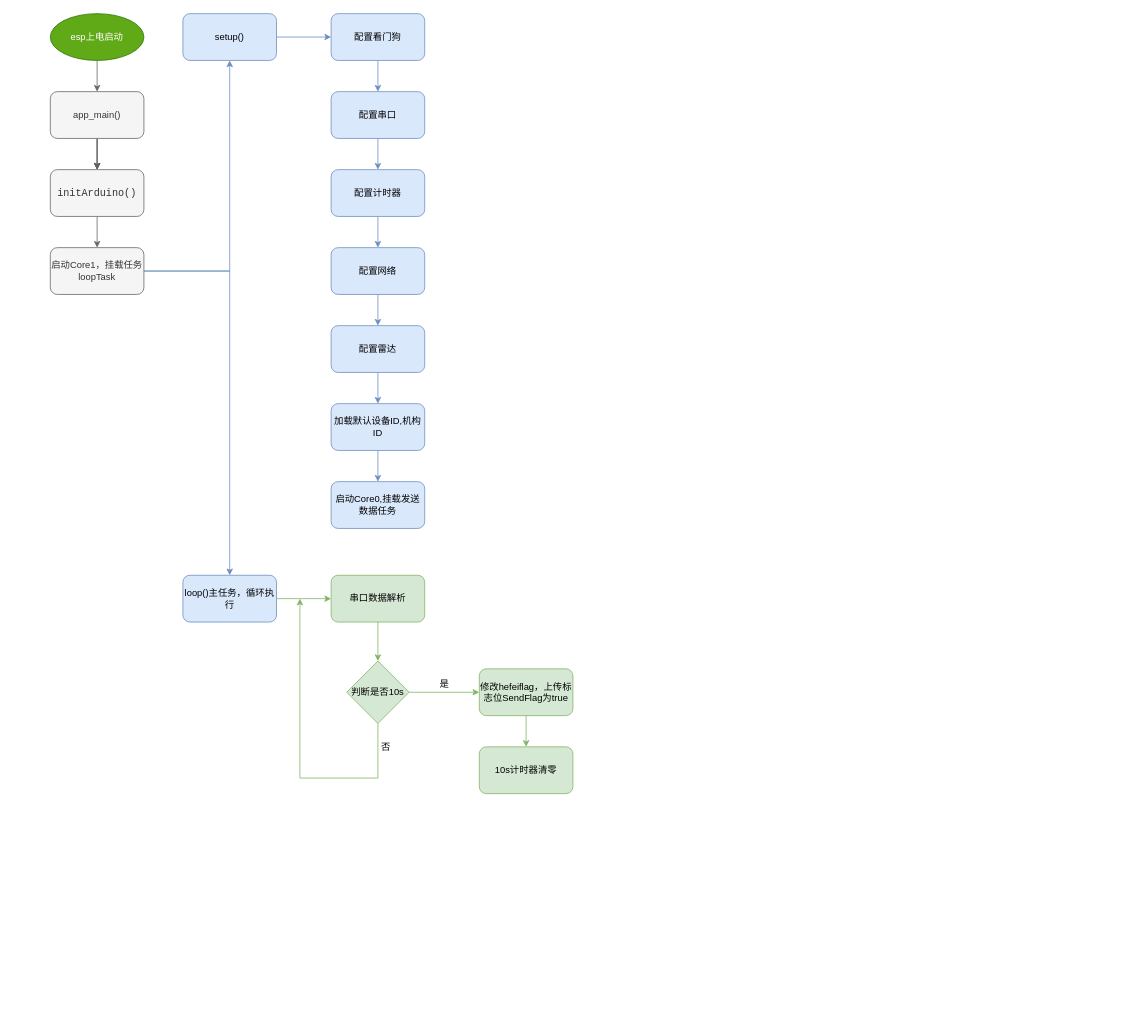
houyawei-NO1/houyawei-NO1 keeps this draw.io diagram as Untitled Diagram.drawio. Above is the earlier version. Source tidied: cells renumbered, new cells numbered last; positions are measured from the earlier drawing's top-left corner, leaving out a move shared by most shapes. Both pictures are drawn from the tidied source at 78%, with x=0, y=0 at pixel (50, 13).
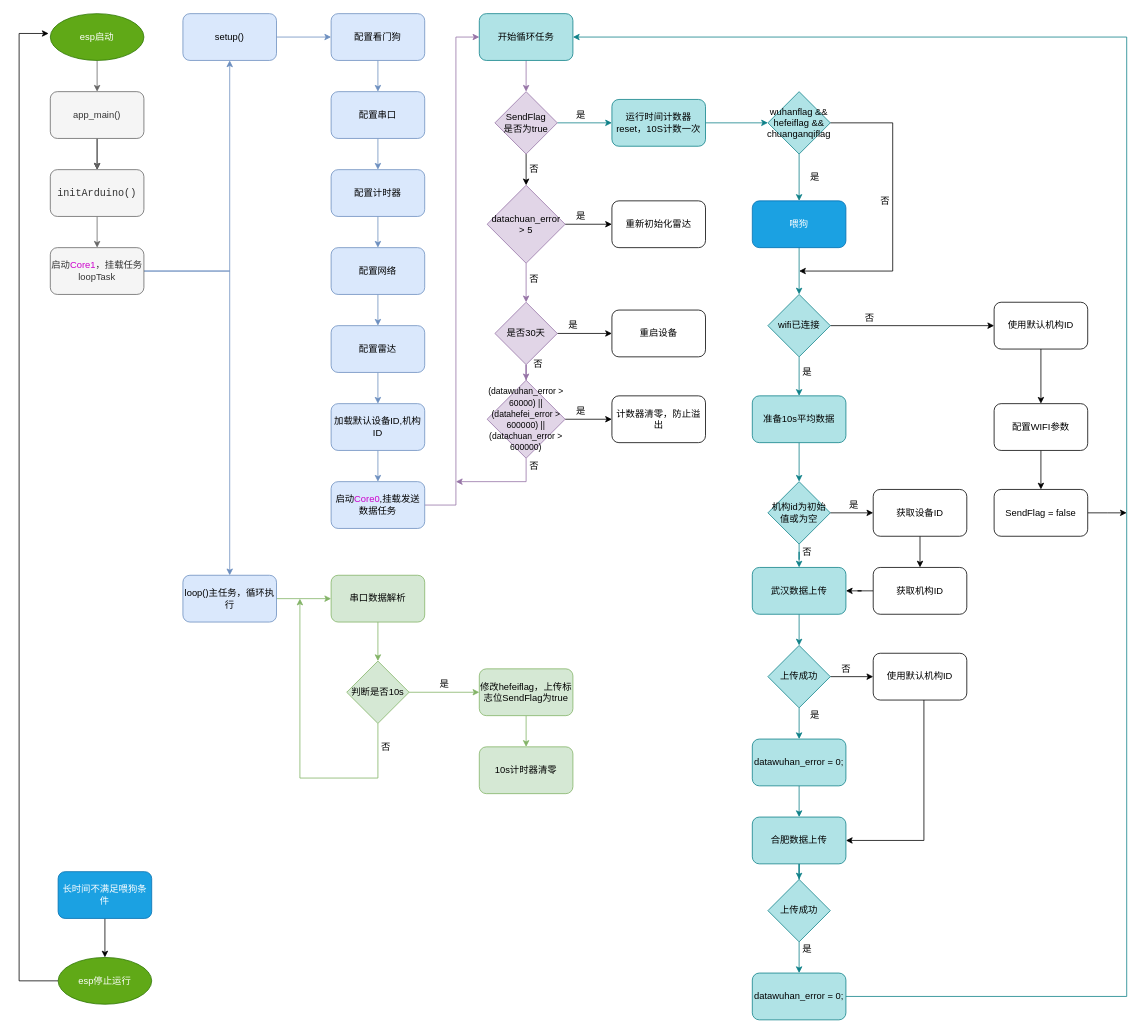
Above is the later version.

Change to the diagram source:
```diff
@@
-    <mxCell id="3" value="esp上电启动" style="ellipse;whiteSpace=wrap;html=1;fillColor=#60a917;strokeColor=#2D7600;fontColor=#ffffff;" parent="1" vertex="1">
+    <mxCell id="3" value="esp启动" style="ellipse;whiteSpace=wrap;html=1;fillColor=#60a917;strokeColor=#2D7600;fontColor=#ffffff;" parent="1" vertex="1">
       <mxGeometry width="120" height="60" as="geometry" />
     </mxCell>
@@
-    <mxCell id="11" value="启动Core1，挂载任务loopTask" style="rounded=1;whiteSpace=wrap;html=1;fillColor=#f5f5f5;strokeColor=#666666;fontColor=#333333;" parent="1" vertex="1">
+    <mxCell id="11" value="启动&lt;font color=&quot;#cc00cc&quot;&gt;Core1&lt;/font&gt;，挂载任务loopTask" style="rounded=1;whiteSpace=wrap;html=1;fillColor=#f5f5f5;strokeColor=#666666;fontColor=#333333;" parent="1" vertex="1">
       <mxGeometry y="300" width="120" height="60" as="geometry" />
     </mxCell>
@@
+    <mxCell id="39" style="edgeStyle=orthogonalEdgeStyle;rounded=0;jettySize=auto;html=1;entryX=0;entryY=0.5;entryDx=0;entryDy=0;fillColor=#e1d5e7;strokeColor=#9673a6;" parent="1" edge="1" source="28" target="41">
+      <mxGeometry relative="1" as="geometry">
+        <Array as="points">
+          <mxPoint x="520" y="630" />
+          <mxPoint x="520" y="30" />
+        </Array>
+      </mxGeometry>
+    </mxCell>
-    <mxCell id="28" value="启动Core0,挂载发送数据任务" style="rounded=1;whiteSpace=wrap;html=1;fillColor=#dae8fc;strokeColor=#6c8ebf;" parent="1" vertex="1">
+    <mxCell id="28" value="启动&lt;font color=&quot;#cc00cc&quot;&gt;Core0&lt;/font&gt;,挂载发送数据任务" style="rounded=1;whiteSpace=wrap;html=1;fillColor=#dae8fc;strokeColor=#6c8ebf;" parent="1" vertex="1">
       <mxGeometry x="360" y="600" width="120" height="60" as="geometry" />
     </mxCell>
@@
+    <mxCell id="40" style="edgeStyle=orthogonalEdgeStyle;rounded=0;jettySize=auto;html=1;fillColor=#e1d5e7;strokeColor=#9673a6;" parent="1" edge="1" source="41" target="44">
+      <mxGeometry relative="1" as="geometry" />
+    </mxCell>
+    <mxCell id="41" value="开始循环任务" style="rounded=1;whiteSpace=wrap;html=1;fillColor=#b0e3e6;strokeColor=#0e8088;" parent="1" vertex="1">
+      <mxGeometry x="550" width="120" height="60" as="geometry" />
+    </mxCell>
+    <mxCell id="42" style="edgeStyle=orthogonalEdgeStyle;rounded=0;jettySize=auto;html=1;fillColor=#b0e3e6;strokeColor=#0e8088;" parent="1" edge="1" source="44" target="46">
+      <mxGeometry relative="1" as="geometry" />
+    </mxCell>
+    <mxCell id="43" style="edgeStyle=orthogonalEdgeStyle;rounded=0;jettySize=auto;html=1;" parent="1" edge="1" source="44" target="50">
+      <mxGeometry relative="1" as="geometry" />
+    </mxCell>
+    <mxCell id="44" value="SendFlag&lt;br&gt;是否为true" style="rhombus;whiteSpace=wrap;html=1;fillColor=#e1d5e7;strokeColor=#9673a6;" parent="1" vertex="1">
+      <mxGeometry x="570" y="100" width="80" height="80" as="geometry" />
+    </mxCell>
+    <mxCell id="45" style="edgeStyle=orthogonalEdgeStyle;rounded=0;jettySize=auto;html=1;fillColor=#b0e3e6;strokeColor=#0e8088;" parent="1" edge="1" source="46" target="69">
+      <mxGeometry relative="1" as="geometry" />
+    </mxCell>
+    <mxCell id="46" value="运行时间计数器reset，10S计数一次" style="rounded=1;whiteSpace=wrap;html=1;fillColor=#b0e3e6;strokeColor=#0e8088;" parent="1" vertex="1">
+      <mxGeometry x="720" y="110" width="120" height="60" as="geometry" />
+    </mxCell>
+    <mxCell id="47" value="是" style="text;html=1;align=center;verticalAlign=middle;strokeColor=none;fillColor=none;" parent="1" vertex="1">
+      <mxGeometry x="665" y="120" width="30" height="20" as="geometry" />
+    </mxCell>
+    <mxCell id="48" style="edgeStyle=orthogonalEdgeStyle;rounded=0;jettySize=auto;html=1;" parent="1" edge="1" source="50" target="51">
+      <mxGeometry relative="1" as="geometry" />
+    </mxCell>
+    <mxCell id="49" style="edgeStyle=orthogonalEdgeStyle;rounded=0;jettySize=auto;html=1;fillColor=#e1d5e7;strokeColor=#9673a6;" parent="1" edge="1" source="50" target="55">
+      <mxGeometry relative="1" as="geometry" />
+    </mxCell>
+    <mxCell id="50" value="datachuan_error &amp;gt; 5" style="rhombus;whiteSpace=wrap;html=1;fillColor=#e1d5e7;strokeColor=#9673a6;" parent="1" vertex="1">
+      <mxGeometry x="560" y="220" width="100" height="100" as="geometry" />
+    </mxCell>
+    <mxCell id="51" value="重新初始化雷达" style="rounded=1;whiteSpace=wrap;html=1;" parent="1" vertex="1">
+      <mxGeometry x="720" y="240" width="120" height="60" as="geometry" />
+    </mxCell>
+    <mxCell id="52" value="否" style="text;html=1;align=center;verticalAlign=middle;strokeColor=none;fillColor=none;" parent="1" vertex="1">
+      <mxGeometry x="605" y="190" width="30" height="20" as="geometry" />
+    </mxCell>
+    <mxCell id="53" style="edgeStyle=orthogonalEdgeStyle;rounded=0;jettySize=auto;html=1;" parent="1" edge="1" source="55" target="58">
+      <mxGeometry relative="1" as="geometry" />
+    </mxCell>
+    <mxCell id="54" style="edgeStyle=orthogonalEdgeStyle;rounded=0;jettySize=auto;html=1;fillColor=#e1d5e7;strokeColor=#9673a6;" parent="1" edge="1" source="55" target="61">
+      <mxGeometry relative="1" as="geometry" />
+    </mxCell>
+    <mxCell id="55" value="是否30天" style="rhombus;whiteSpace=wrap;html=1;fillColor=#e1d5e7;strokeColor=#9673a6;" parent="1" vertex="1">
+      <mxGeometry x="570" y="370" width="80" height="80" as="geometry" />
+    </mxCell>
+    <mxCell id="56" value="否" style="text;html=1;align=center;verticalAlign=middle;strokeColor=none;fillColor=none;" parent="1" vertex="1">
+      <mxGeometry x="605" y="330" width="30" height="20" as="geometry" />
+    </mxCell>
+    <mxCell id="57" value="是" style="text;html=1;align=center;verticalAlign=middle;strokeColor=none;fillColor=none;" parent="1" vertex="1">
+      <mxGeometry x="665" y="250" width="30" height="20" as="geometry" />
+    </mxCell>
+    <mxCell id="58" value="重启设备" style="rounded=1;whiteSpace=wrap;html=1;" parent="1" vertex="1">
+      <mxGeometry x="720" y="380" width="120" height="60" as="geometry" />
+    </mxCell>
+    <mxCell id="59" style="edgeStyle=orthogonalEdgeStyle;rounded=0;jettySize=auto;html=1;" parent="1" edge="1" source="61" target="64">
+      <mxGeometry relative="1" as="geometry" />
+    </mxCell>
+    <mxCell id="60" style="edgeStyle=orthogonalEdgeStyle;rounded=0;jettySize=auto;html=1;fillColor=#e1d5e7;strokeColor=#9673a6;" parent="1" edge="1" source="61">
+      <mxGeometry relative="1" as="geometry">
+        <mxPoint x="520" y="600" as="targetPoint" />
+        <Array as="points">
+          <mxPoint x="610" y="600" />
+          <mxPoint x="610" y="600" />
+        </Array>
+      </mxGeometry>
+    </mxCell>
+    <mxCell id="61" value="&lt;font style=&quot;font-size: 11px&quot;&gt;(datawuhan_error &amp;gt; 60000) || (datahefei_error &amp;gt; 600000) || (datachuan_error &amp;gt; 600000)&lt;/font&gt;" style="rhombus;whiteSpace=wrap;html=1;fillColor=#e1d5e7;strokeColor=#9673a6;" parent="1" vertex="1">
+      <mxGeometry x="560" y="470" width="100" height="100" as="geometry" />
+    </mxCell>
+    <mxCell id="62" value="否" style="text;html=1;align=center;verticalAlign=middle;strokeColor=none;fillColor=none;" parent="1" vertex="1">
+      <mxGeometry x="610" y="440" width="30" height="20" as="geometry" />
+    </mxCell>
+    <mxCell id="63" value="是" style="text;html=1;align=center;verticalAlign=middle;strokeColor=none;fillColor=none;" parent="1" vertex="1">
+      <mxGeometry x="655" y="390" width="30" height="20" as="geometry" />
+    </mxCell>
+    <mxCell id="64" value="计数器清零，防止溢出" style="rounded=1;whiteSpace=wrap;html=1;" parent="1" vertex="1">
+      <mxGeometry x="720" y="490" width="120" height="60" as="geometry" />
+    </mxCell>
+    <mxCell id="65" value="否" style="text;html=1;align=center;verticalAlign=middle;strokeColor=none;fillColor=none;" parent="1" vertex="1">
+      <mxGeometry x="605" y="570" width="30" height="20" as="geometry" />
+    </mxCell>
+    <mxCell id="66" value="是" style="text;html=1;align=center;verticalAlign=middle;strokeColor=none;fillColor=none;" parent="1" vertex="1">
+      <mxGeometry x="665" y="500" width="30" height="20" as="geometry" />
+    </mxCell>
+    <mxCell id="67" style="edgeStyle=orthogonalEdgeStyle;rounded=0;jettySize=auto;html=1;fillColor=#b0e3e6;strokeColor=#0e8088;" parent="1" edge="1" source="69" target="71">
+      <mxGeometry relative="1" as="geometry" />
+    </mxCell>
+    <mxCell id="68" style="edgeStyle=orthogonalEdgeStyle;rounded=0;jettySize=auto;html=1;" parent="1" edge="1" source="69">
+      <mxGeometry relative="1" as="geometry">
+        <mxPoint x="960" y="330" as="targetPoint" />
+        <Array as="points">
+          <mxPoint x="1080" y="140" />
+          <mxPoint x="1080" y="330" />
+          <mxPoint x="960" y="330" />
+        </Array>
+      </mxGeometry>
+    </mxCell>
+    <mxCell id="69" value="wuhanflag &amp;amp;&amp;amp; hefeiflag &amp;amp;&amp;amp; chuanganqiflag" style="rhombus;whiteSpace=wrap;html=1;fillColor=#b0e3e6;strokeColor=#0e8088;" parent="1" vertex="1">
+      <mxGeometry x="920" y="100" width="80" height="80" as="geometry" />
+    </mxCell>
+    <mxCell id="70" style="edgeStyle=orthogonalEdgeStyle;rounded=0;jettySize=auto;html=1;fillColor=#b0e3e6;strokeColor=#0e8088;" parent="1" edge="1" source="71" target="75">
+      <mxGeometry relative="1" as="geometry" />
+    </mxCell>
+    <mxCell id="71" value="喂狗" style="rounded=1;whiteSpace=wrap;html=1;fillColor=#1ba1e2;strokeColor=#006EAF;fontColor=#ffffff;" parent="1" vertex="1">
+      <mxGeometry x="900" y="240" width="120" height="60" as="geometry" />
+    </mxCell>
+    <mxCell id="72" value="是" style="text;html=1;align=center;verticalAlign=middle;strokeColor=none;fillColor=none;" parent="1" vertex="1">
+      <mxGeometry x="965" y="200" width="30" height="20" as="geometry" />
+    </mxCell>
+    <mxCell id="73" style="edgeStyle=orthogonalEdgeStyle;rounded=0;jettySize=auto;html=1;fillColor=#b0e3e6;strokeColor=#0e8088;" parent="1" edge="1" source="75" target="78">
+      <mxGeometry relative="1" as="geometry" />
+    </mxCell>
+    <mxCell id="74" style="edgeStyle=orthogonalEdgeStyle;rounded=0;jettySize=auto;html=1;entryX=0;entryY=0.5;entryDx=0;entryDy=0;" parent="1" edge="1" source="75" target="110">
+      <mxGeometry relative="1" as="geometry" />
+    </mxCell>
+    <mxCell id="75" value="wifi已连接" style="rhombus;whiteSpace=wrap;html=1;fillColor=#b0e3e6;strokeColor=#0e8088;" parent="1" vertex="1">
+      <mxGeometry x="920" y="360" width="80" height="80" as="geometry" />
+    </mxCell>
+    <mxCell id="76" value="否" style="text;html=1;align=center;verticalAlign=middle;strokeColor=none;fillColor=none;" parent="1" vertex="1">
+      <mxGeometry x="1055" y="230" width="30" height="20" as="geometry" />
+    </mxCell>
+    <mxCell id="77" style="edgeStyle=orthogonalEdgeStyle;rounded=0;jettySize=auto;html=1;fillColor=#b0e3e6;strokeColor=#0e8088;" parent="1" edge="1" source="78" target="82">
+      <mxGeometry relative="1" as="geometry" />
+    </mxCell>
+    <mxCell id="78" value="准备10s平均数据" style="rounded=1;whiteSpace=wrap;html=1;fillColor=#b0e3e6;strokeColor=#0e8088;" parent="1" vertex="1">
+      <mxGeometry x="900" y="490" width="120" height="60" as="geometry" />
+    </mxCell>
+    <mxCell id="79" value="是" style="text;html=1;align=center;verticalAlign=middle;strokeColor=none;fillColor=none;" parent="1" vertex="1">
+      <mxGeometry x="955" y="450" width="30" height="20" as="geometry" />
+    </mxCell>
+    <mxCell id="80" style="edgeStyle=orthogonalEdgeStyle;rounded=0;jettySize=auto;html=1;" parent="1" edge="1" source="82" target="84">
+      <mxGeometry relative="1" as="geometry" />
+    </mxCell>
+    <mxCell id="81" style="edgeStyle=orthogonalEdgeStyle;rounded=0;jettySize=auto;html=1;fillColor=#b0e3e6;strokeColor=#0e8088;" parent="1" edge="1" source="82" target="89">
+      <mxGeometry relative="1" as="geometry" />
+    </mxCell>
+    <mxCell id="82" value="机构id为初始值或为空" style="rhombus;whiteSpace=wrap;html=1;fillColor=#b0e3e6;strokeColor=#0e8088;" parent="1" vertex="1">
+      <mxGeometry x="920" y="600" width="80" height="80" as="geometry" />
+    </mxCell>
+    <mxCell id="83" style="edgeStyle=orthogonalEdgeStyle;rounded=0;jettySize=auto;html=1;" parent="1" edge="1" source="84" target="87">
+      <mxGeometry relative="1" as="geometry" />
+    </mxCell>
+    <mxCell id="84" value="获取设备ID" style="rounded=1;whiteSpace=wrap;html=1;" parent="1" vertex="1">
+      <mxGeometry x="1055" y="610" width="120" height="60" as="geometry" />
+    </mxCell>
+    <mxCell id="85" value="是" style="text;html=1;align=center;verticalAlign=middle;strokeColor=none;fillColor=none;" parent="1" vertex="1">
+      <mxGeometry x="1015" y="620" width="30" height="20" as="geometry" />
+    </mxCell>
+    <mxCell id="86" style="edgeStyle=orthogonalEdgeStyle;rounded=0;jettySize=auto;html=1;" parent="1" edge="1" source="87" target="89">
+      <mxGeometry relative="1" as="geometry" />
+    </mxCell>
+    <mxCell id="87" value="获取机构ID" style="rounded=1;whiteSpace=wrap;html=1;" parent="1" vertex="1">
+      <mxGeometry x="1055" y="710" width="120" height="60" as="geometry" />
+    </mxCell>
+    <mxCell id="88" style="edgeStyle=orthogonalEdgeStyle;rounded=0;jettySize=auto;html=1;fillColor=#b0e3e6;strokeColor=#0e8088;" parent="1" edge="1" source="89" target="94">
+      <mxGeometry relative="1" as="geometry" />
+    </mxCell>
+    <mxCell id="89" value="武汉数据上传" style="rounded=1;whiteSpace=wrap;html=1;fillColor=#b0e3e6;strokeColor=#0e8088;" parent="1" vertex="1">
+      <mxGeometry x="900" y="710" width="120" height="60" as="geometry" />
+    </mxCell>
+    <mxCell id="90" value="否" style="text;html=1;align=center;verticalAlign=middle;strokeColor=none;fillColor=none;" parent="1" vertex="1">
+      <mxGeometry x="955" y="680" width="30" height="20" as="geometry" />
+    </mxCell>
+    <mxCell id="91" value="否" style="text;html=1;align=center;verticalAlign=middle;strokeColor=none;fillColor=none;" parent="1" vertex="1">
+      <mxGeometry x="1035" y="380" width="30" height="20" as="geometry" />
+    </mxCell>
+    <mxCell id="92" style="edgeStyle=orthogonalEdgeStyle;rounded=0;jettySize=auto;html=1;fillColor=#b0e3e6;strokeColor=#0e8088;" parent="1" edge="1" source="94" target="96">
+      <mxGeometry relative="1" as="geometry" />
+    </mxCell>
+    <mxCell id="93" style="edgeStyle=orthogonalEdgeStyle;rounded=0;jettySize=auto;html=1;" parent="1" edge="1" source="94" target="99">
+      <mxGeometry relative="1" as="geometry" />
+    </mxCell>
+    <mxCell id="94" value="上传成功" style="rhombus;whiteSpace=wrap;html=1;fillColor=#b0e3e6;strokeColor=#0e8088;" parent="1" vertex="1">
+      <mxGeometry x="920" y="810" width="80" height="80" as="geometry" />
+    </mxCell>
+    <mxCell id="95" style="edgeStyle=orthogonalEdgeStyle;rounded=0;jettySize=auto;html=1;fillColor=#b0e3e6;strokeColor=#0e8088;" parent="1" edge="1" source="96" target="102">
+      <mxGeometry relative="1" as="geometry" />
+    </mxCell>
+    <mxCell id="96" value="datawuhan_error = 0;" style="rounded=1;whiteSpace=wrap;html=1;fillColor=#b0e3e6;strokeColor=#0e8088;" parent="1" vertex="1">
+      <mxGeometry x="900" y="930" width="120" height="60" as="geometry" />
+    </mxCell>
+    <mxCell id="97" value="是" style="text;html=1;align=center;verticalAlign=middle;strokeColor=none;fillColor=none;" parent="1" vertex="1">
+      <mxGeometry x="965" y="890" width="30" height="20" as="geometry" />
+    </mxCell>
+    <mxCell id="98" style="edgeStyle=orthogonalEdgeStyle;rounded=0;jettySize=auto;html=1;entryX=1;entryY=0.5;entryDx=0;entryDy=0;" parent="1" edge="1" source="99" target="102">
+      <mxGeometry relative="1" as="geometry">
+        <Array as="points">
+          <mxPoint x="1120" y="1060" />
+        </Array>
+      </mxGeometry>
+    </mxCell>
+    <mxCell id="99" value="使用默认机构ID" style="rounded=1;whiteSpace=wrap;html=1;" parent="1" vertex="1">
+      <mxGeometry x="1055" y="820" width="120" height="60" as="geometry" />
+    </mxCell>
+    <mxCell id="100" value="否" style="text;html=1;align=center;verticalAlign=middle;strokeColor=none;fillColor=none;" parent="1" vertex="1">
+      <mxGeometry x="1005" y="830" width="30" height="20" as="geometry" />
+    </mxCell>
+    <mxCell id="101" style="edgeStyle=orthogonalEdgeStyle;rounded=0;jettySize=auto;html=1;fillColor=#b0e3e6;strokeColor=#0e8088;" parent="1" edge="1" source="102" target="104">
+      <mxGeometry relative="1" as="geometry" />
+    </mxCell>
+    <mxCell id="102" value="合肥数据上传" style="rounded=1;whiteSpace=wrap;html=1;fillColor=#b0e3e6;strokeColor=#0e8088;" parent="1" vertex="1">
+      <mxGeometry x="900" y="1030" width="120" height="60" as="geometry" />
+    </mxCell>
+    <mxCell id="103" style="edgeStyle=orthogonalEdgeStyle;rounded=0;jettySize=auto;html=1;fillColor=#b0e3e6;strokeColor=#0e8088;" parent="1" edge="1" source="104" target="106">
+      <mxGeometry relative="1" as="geometry" />
+    </mxCell>
+    <mxCell id="104" value="上传成功" style="rhombus;whiteSpace=wrap;html=1;fillColor=#b0e3e6;strokeColor=#0e8088;" parent="1" vertex="1">
+      <mxGeometry x="920" y="1110" width="80" height="80" as="geometry" />
+    </mxCell>
+    <mxCell id="105" style="edgeStyle=orthogonalEdgeStyle;rounded=0;jettySize=auto;html=1;entryX=1;entryY=0.5;entryDx=0;entryDy=0;fillColor=#b0e3e6;strokeColor=#0e8088;" parent="1" edge="1" source="106" target="41">
+      <mxGeometry relative="1" as="geometry">
+        <Array as="points">
+          <mxPoint x="1380" y="1260" />
+          <mxPoint x="1380" y="30" />
+        </Array>
+      </mxGeometry>
+    </mxCell>
+    <mxCell id="106" value="datawuhan_error = 0;" style="rounded=1;whiteSpace=wrap;html=1;fillColor=#b0e3e6;strokeColor=#0e8088;" parent="1" vertex="1">
+      <mxGeometry x="900" y="1230" width="120" height="60" as="geometry" />
+    </mxCell>
+    <mxCell id="107" style="edgeStyle=orthogonalEdgeStyle;rounded=0;orthogonalLoop=1;jettySize=auto;html=1;exitX=0.5;exitY=1;exitDx=0;exitDy=0;" parent="1" edge="1" source="102" target="102">
+      <mxGeometry relative="1" as="geometry" />
+    </mxCell>
+    <mxCell id="108" value="是" style="text;html=1;align=center;verticalAlign=middle;strokeColor=none;fillColor=none;" parent="1" vertex="1">
+      <mxGeometry x="955" y="1190" width="30" height="20" as="geometry" />
+    </mxCell>
+    <mxCell id="109" style="edgeStyle=orthogonalEdgeStyle;rounded=0;jettySize=auto;html=1;" parent="1" edge="1" source="110" target="112">
+      <mxGeometry relative="1" as="geometry" />
+    </mxCell>
+    <mxCell id="110" value="使用默认机构ID" style="rounded=1;whiteSpace=wrap;html=1;" parent="1" vertex="1">
+      <mxGeometry x="1210" y="370" width="120" height="60" as="geometry" />
+    </mxCell>
+    <mxCell id="111" style="edgeStyle=orthogonalEdgeStyle;rounded=0;jettySize=auto;html=1;" parent="1" edge="1" source="112" target="114">
+      <mxGeometry relative="1" as="geometry" />
+    </mxCell>
+    <mxCell id="112" value="配置WIFI参数" style="rounded=1;whiteSpace=wrap;html=1;" parent="1" vertex="1">
+      <mxGeometry x="1210" y="500" width="120" height="60" as="geometry" />
+    </mxCell>
+    <mxCell id="113" style="edgeStyle=orthogonalEdgeStyle;rounded=0;jettySize=auto;html=1;" parent="1" edge="1" source="114">
+      <mxGeometry relative="1" as="geometry">
+        <mxPoint x="1380" y="640" as="targetPoint" />
+      </mxGeometry>
+    </mxCell>
+    <mxCell id="114" value="SendFlag = false" style="rounded=1;whiteSpace=wrap;html=1;" parent="1" vertex="1">
+      <mxGeometry x="1210" y="610" width="120" height="60" as="geometry" />
+    </mxCell>
+    <mxCell id="115" style="edgeStyle=orthogonalEdgeStyle;rounded=0;jettySize=auto;html=1;" parent="1" edge="1" source="116" target="118">
+      <mxGeometry relative="1" as="geometry" />
+    </mxCell>
+    <mxCell id="116" value="长时间不满足喂狗条件" style="rounded=1;whiteSpace=wrap;html=1;fillColor=#1ba1e2;strokeColor=#006EAF;fontColor=#ffffff;" parent="1" vertex="1">
+      <mxGeometry x="10" y="1100" width="120" height="60" as="geometry" />
+    </mxCell>
+    <mxCell id="117" style="edgeStyle=orthogonalEdgeStyle;rounded=0;jettySize=auto;html=1;entryX=-0.018;entryY=0.424;entryDx=0;entryDy=0;entryPerimeter=0;" parent="1" edge="1" source="118" target="3">
+      <mxGeometry relative="1" as="geometry">
+        <Array as="points">
+          <mxPoint x="-40" y="1240" />
+          <mxPoint x="-40" y="25" />
+        </Array>
+      </mxGeometry>
+    </mxCell>
+    <mxCell id="118" value="esp停止运行" style="ellipse;whiteSpace=wrap;html=1;fillColor=#60a917;strokeColor=#2D7600;fontColor=#ffffff;" parent="1" vertex="1">
+      <mxGeometry x="10" y="1210" width="120" height="60" as="geometry" />
+    </mxCell>
```
